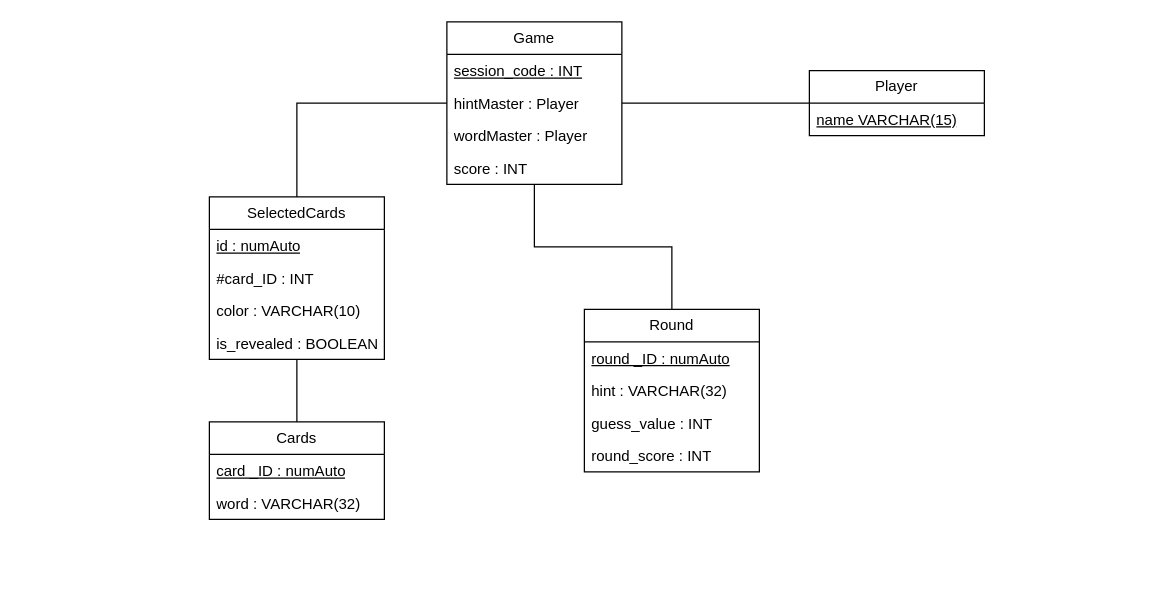
Pumchh/PolyNames keeps this draw.io diagram as DiagrammePolynames.drawio. Above is the earlier version. Source tidied: cells renumbered, new cells numbered last; positions are measured from the earlier drawing's top-left corner, leaving out a move shared by most shapes. Both pictures are drawn from the tidied source at 125%, with x=0, y=0 at pixel (209, 21).
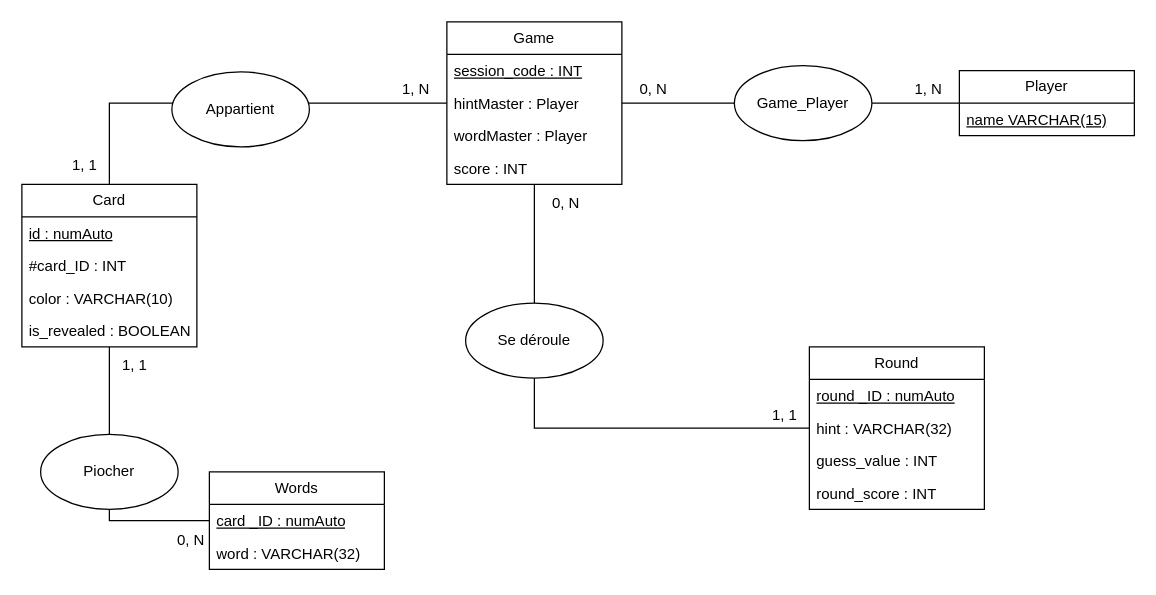
Above is the later version.

Commit message:
Mettre à jour diagramme Entité-Association

Unchanged cells that the change refers to:
```xml
<mxCell id="3" value="Game" style="swimlane;fontStyle=0;horizontal=1;startSize=26;fillColor=none;whiteSpace=wrap;html=1;" parent="1" vertex="1">
  <mxGeometry x="190" width="140" height="130" as="geometry" />
</mxCell>
```

The edit, as a diff of the source:
```diff
@@
-    <mxCell id="2" style="edgeStyle=orthogonalEdgeStyle;rounded=0;jettySize=auto;html=1;endArrow=none;endFill=0;" parent="1" edge="1" source="3" target="8">
+    <mxCell id="2" style="edgeStyle=orthogonalEdgeStyle;rounded=0;jettySize=auto;html=1;endArrow=none;endFill=0;" parent="1" edge="1" source="38" target="8">
       <mxGeometry relative="1" as="geometry" />
     </mxCell>
@@
     <mxCell id="8" value="Player" style="swimlane;fontStyle=0;horizontal=1;startSize=26;fillColor=none;whiteSpace=wrap;html=1;" parent="1" vertex="1">
-      <mxGeometry x="480" y="39" width="140" height="52" as="geometry" />
+      <mxGeometry x="600" y="39" width="140" height="52" as="geometry" />
     </mxCell>
@@
     <mxCell id="10" style="rounded=0;jettySize=auto;html=1;edgeStyle=orthogonalEdgeStyle;endArrow=none;endFill=0;" parent="1" edge="1" source="11" target="3">
       <mxGeometry relative="1" as="geometry">
         <Array as="points">
-          <mxPoint x="70" y="65" />
+          <mxPoint x="-80" y="65" />
         </Array>
       </mxGeometry>
     </mxCell>
-    <mxCell id="11" value="Selec&lt;span style=&quot;border-color: var(--border-color); background-color: initial;&quot;&gt;tedCards&lt;/span&gt;" style="swimlane;fontStyle=0;horizontal=1;startSize=26;fillColor=none;whiteSpace=wrap;html=1;" parent="1" vertex="1">
-      <mxGeometry y="140" width="140" height="130" as="geometry" />
+    <mxCell id="11" value="Card" style="swimlane;fontStyle=0;horizontal=1;startSize=26;fillColor=none;whiteSpace=wrap;html=1;" parent="1" vertex="1">
+      <mxGeometry x="-150" y="130" width="140" height="130" as="geometry" />
     </mxCell>
@@
-    <mxCell id="17" value="&lt;span style=&quot;background-color: initial;&quot;&gt;Cards&lt;/span&gt;" style="swimlane;fontStyle=0;horizontal=1;startSize=26;fillColor=none;whiteSpace=wrap;html=1;" parent="1" vertex="1">
-      <mxGeometry y="320" width="140" height="78" as="geometry" />
+    <mxCell id="17" value="&lt;span style=&quot;background-color: initial;&quot;&gt;Words&lt;/span&gt;" style="swimlane;fontStyle=0;horizontal=1;startSize=26;fillColor=none;whiteSpace=wrap;html=1;" parent="1" vertex="1">
+      <mxGeometry y="360" width="140" height="78" as="geometry" />
     </mxCell>
@@
     <mxCell id="21" value="&lt;span style=&quot;background-color: initial;&quot;&gt;Round&lt;/span&gt;" style="swimlane;fontStyle=0;horizontal=1;startSize=26;fillColor=none;whiteSpace=wrap;html=1;" parent="1" vertex="1">
-      <mxGeometry x="300" y="230" width="140" height="130" as="geometry" />
+      <mxGeometry x="480" y="260" width="140" height="130" as="geometry" />
     </mxCell>
@@
+    <mxCell id="26" value="1, 1" style="text;html=1;align=center;verticalAlign=middle;strokeColor=none;fillColor=none;" parent="1" vertex="1">
+      <mxGeometry x="-120" y="100" width="40" height="30" as="geometry" />
+    </mxCell>
+    <mxCell id="27" value="1, N" style="text;html=1;align=center;verticalAlign=middle;strokeColor=none;fillColor=none;" parent="1" vertex="1">
+      <mxGeometry x="140" y="39" width="50" height="30" as="geometry" />
+    </mxCell>
+    <mxCell id="28" value="0, N" style="text;html=1;align=center;verticalAlign=middle;strokeColor=none;fillColor=none;" parent="1" vertex="1">
+      <mxGeometry x="-40" y="400" width="50" height="30" as="geometry" />
+    </mxCell>
+    <mxCell id="29" value="1, 1" style="text;html=1;align=center;verticalAlign=middle;strokeColor=none;fillColor=none;" parent="1" vertex="1">
+      <mxGeometry x="-80" y="260" width="40" height="30" as="geometry" />
+    </mxCell>
+    <mxCell id="30" value="1, 1" style="text;html=1;align=center;verticalAlign=middle;strokeColor=none;fillColor=none;" parent="1" vertex="1">
+      <mxGeometry x="440" y="300" width="40" height="30" as="geometry" />
+    </mxCell>
+    <mxCell id="31" value="0, N" style="text;html=1;align=center;verticalAlign=middle;strokeColor=none;fillColor=none;" parent="1" vertex="1">
+      <mxGeometry x="260" y="130" width="50" height="30" as="geometry" />
+    </mxCell>
+    <mxCell id="32" value="0, N" style="text;html=1;align=center;verticalAlign=middle;strokeColor=none;fillColor=none;" parent="1" vertex="1">
+      <mxGeometry x="330" y="39" width="50" height="30" as="geometry" />
+    </mxCell>
+    <mxCell id="33" value="1, N" style="text;html=1;align=center;verticalAlign=middle;strokeColor=none;fillColor=none;" parent="1" vertex="1">
+      <mxGeometry x="550" y="39" width="50" height="30" as="geometry" />
+    </mxCell>
+    <mxCell id="34" value="Appartient" style="ellipse;whiteSpace=wrap;html=1;" parent="1" vertex="1">
+      <mxGeometry x="-30" y="40" width="110" height="60" as="geometry" />
+    </mxCell>
+    <mxCell id="35" value="Piocher" style="ellipse;whiteSpace=wrap;html=1;" parent="1" vertex="1">
+      <mxGeometry x="-135" y="330" width="110" height="60" as="geometry" />
+    </mxCell>
+    <mxCell id="36" value="Se déroule" style="ellipse;whiteSpace=wrap;html=1;" parent="1" vertex="1">
+      <mxGeometry x="205" y="225" width="110" height="60" as="geometry" />
+    </mxCell>
+    <mxCell id="37" style="edgeStyle=orthogonalEdgeStyle;rounded=0;jettySize=auto;html=1;endArrow=none;endFill=0;" parent="1" edge="1" source="3" target="38">
+      <mxGeometry relative="1" as="geometry" />
+    </mxCell>
+    <mxCell id="38" value="Game_Player" style="ellipse;whiteSpace=wrap;html=1;" parent="1" vertex="1">
+      <mxGeometry x="420" y="35" width="110" height="60" as="geometry" />
+    </mxCell>
```
